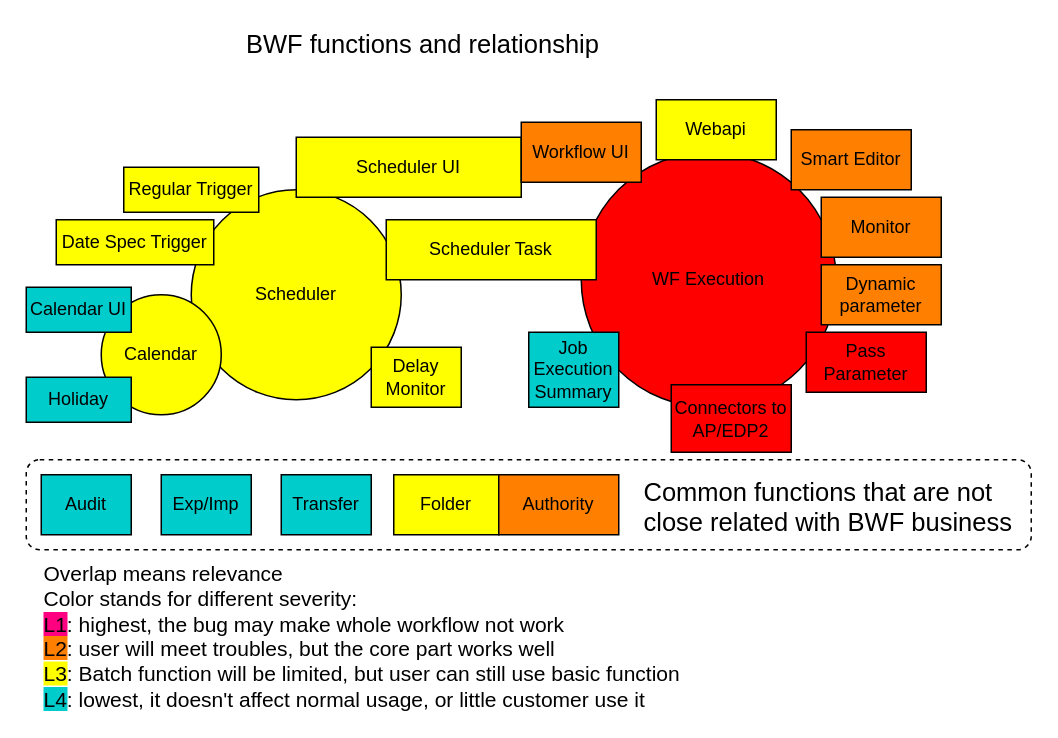
Earlier version of the draw.io diagram bwf/BWF Functions.drawio (wzdxt/uml). Source tidied: cells renumbered, new cells numbered last; positions are measured from the earlier drawing's top-left corner, leaving out a move shared by most shapes. Both pictures are drawn from the tidied source at 150%, with x=0, y=0 at pixel (26, 26).
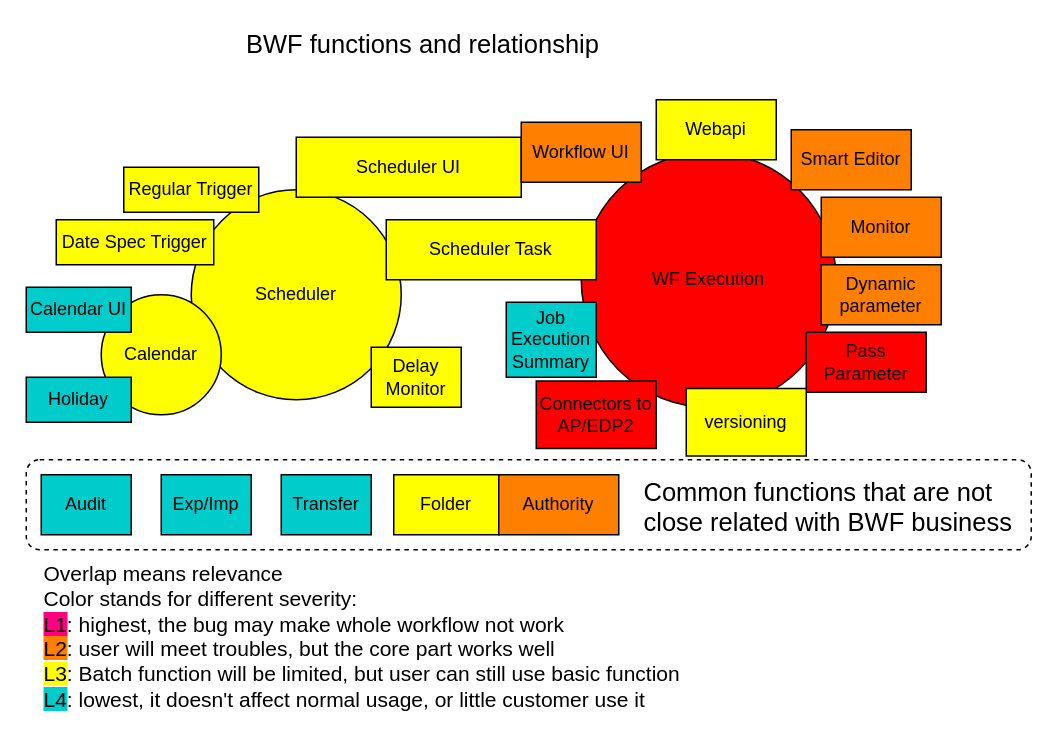
Above is the later version.

Diff of the diagram source:
```diff
@@
     <mxCell id="4" value="Connectors to AP/EDP2" style="rounded=0;whiteSpace=wrap;html=1;fontFamily=Helvetica;fontSize=12;fontColor=#000000;align=center;strokeColor=#000000;fillColor=#FF0000;rotation=0;" parent="1" vertex="1">
-      <mxGeometry x="430" y="239" width="80" height="45" as="geometry" />
+      <mxGeometry x="340" y="236.5" width="80" height="45" as="geometry" />
     </mxCell>
@@
     <mxCell id="23" value="Job Execution Summary" style="rounded=0;whiteSpace=wrap;html=1;fontFamily=Helvetica;fontSize=12;fontColor=#000000;align=center;strokeColor=#000000;fillColor=#00CCCC;" parent="1" vertex="1">
-      <mxGeometry x="335" y="204" width="60" height="50" as="geometry" />
+      <mxGeometry x="320" y="184" width="60" height="50" as="geometry" />
     </mxCell>
@@
+    <mxCell id="29" value="versioning" style="rounded=0;whiteSpace=wrap;html=1;fontFamily=Helvetica;fontSize=12;fontColor=#000000;align=center;strokeColor=#000000;fillColor=#FFFF00;rotation=0;" parent="1" vertex="1">
+      <mxGeometry x="440" y="241.5" width="80" height="45" as="geometry" />
+    </mxCell>
```
